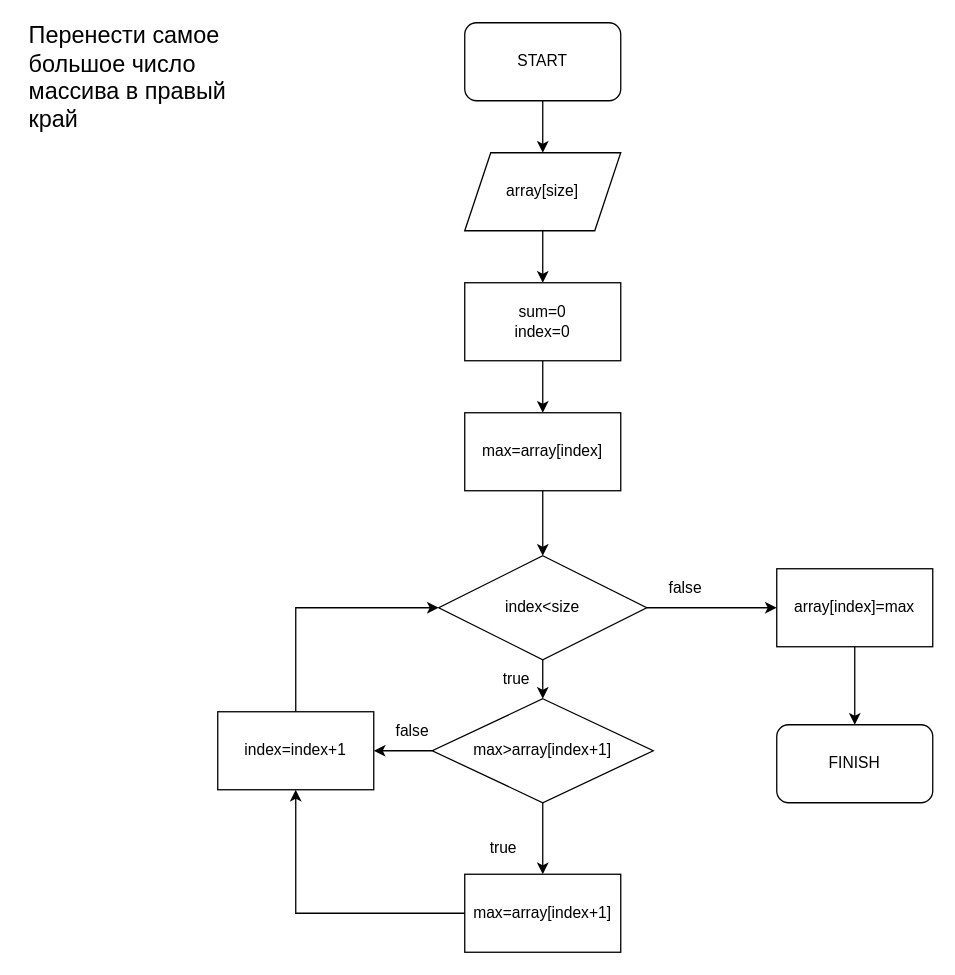
dym1try/python keeps this draw.io diagram as правый край.drawio. Above is the earlier version. Source tidied: cells renumbered, new cells numbered last; positions are measured from the earlier drawing's top-left corner, leaving out a move shared by most shapes. Both pictures are drawn from the tidied source at 130%, with x=0, y=0 at pixel (22, 22).
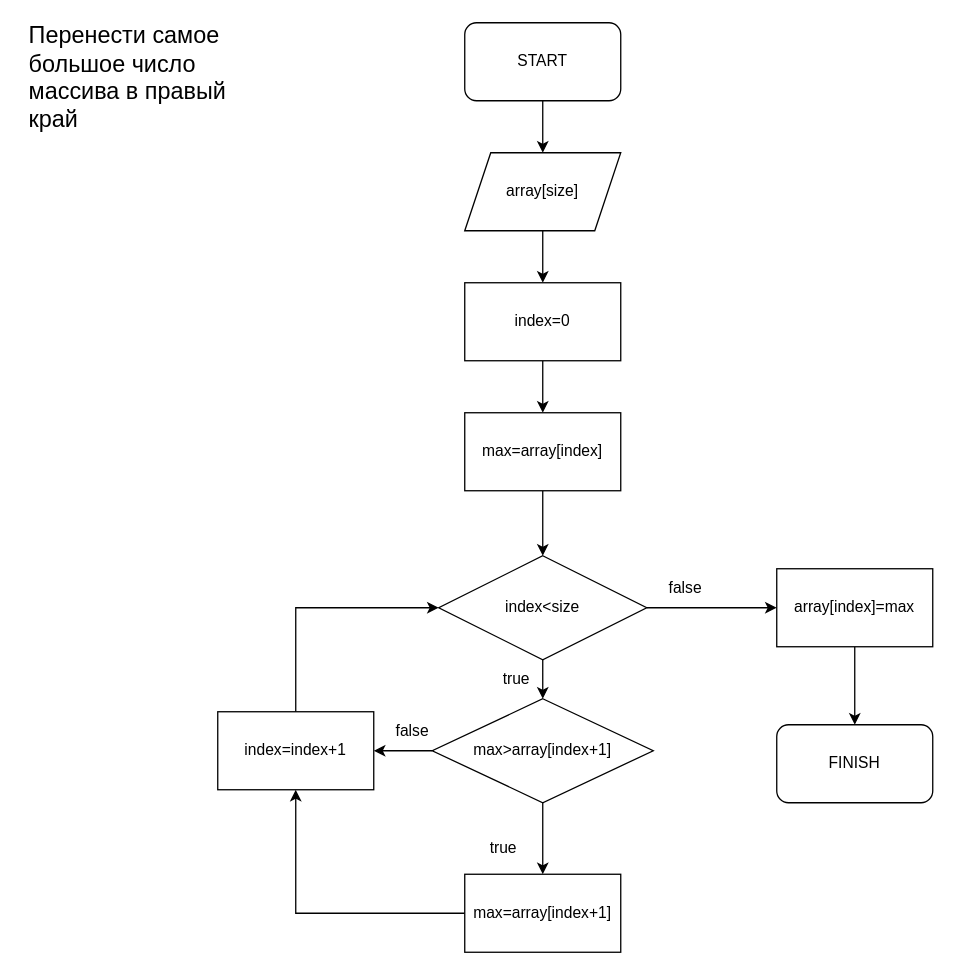
Above is the later version.

What changed in the source:
```diff
@@
-    <mxCell id="7" value="sum=0&lt;br&gt;index=0" style="rounded=0;whiteSpace=wrap;html=1;" parent="1" vertex="1">
+    <mxCell id="7" value="index=0" style="rounded=0;whiteSpace=wrap;html=1;" parent="1" vertex="1">
       <mxGeometry x="340" y="200" width="120" height="60" as="geometry" />
     </mxCell>
```
